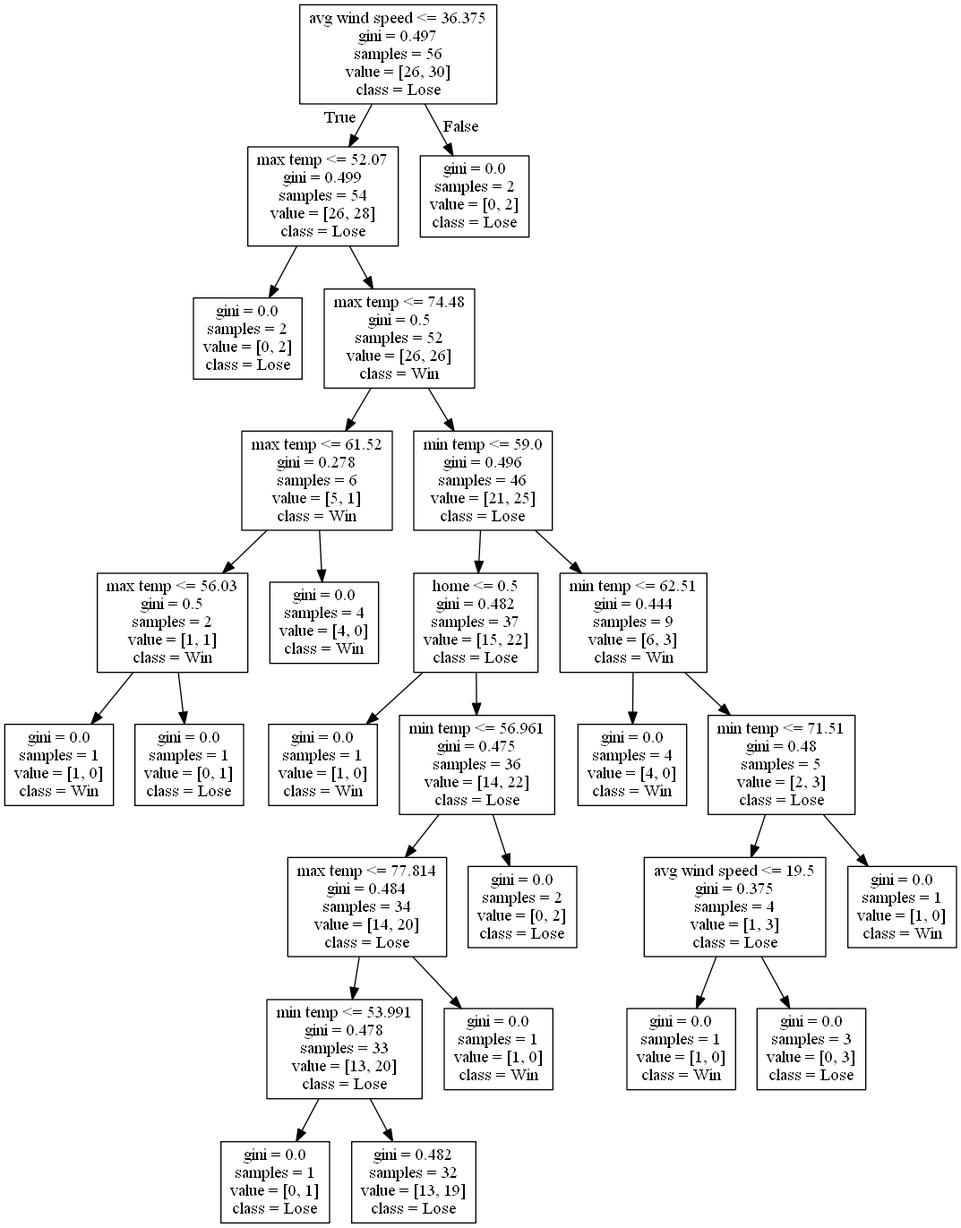
alexana-steck/CSE482Project keeps this Graphviz diagram as DecisionTrees/decision_tree_no_score_or_attendance16.png. Above is the earlier version. Its source is kept beside it as DecisionTrees/decision_tree_no_score_or_attendance16.dot. Its diagram source:
```dot
digraph Tree {
node [shape=box] ;
0 [label="avg wind speed <= 36.375\ngini = 0.497\nsamples = 56\nvalue = [26, 30]\nclass = Lose"] ;
1 [label="max temp <= 52.07\ngini = 0.499\nsamples = 54\nvalue = [26, 28]\nclass = Lose"] ;
0 -> 1 [labeldistance=2.5, labelangle=45, headlabel="True"] ;
2 [label="gini = 0.0\nsamples = 2\nvalue = [0, 2]\nclass = Lose"] ;
1 -> 2 ;
3 [label="max temp <= 74.48\ngini = 0.5\nsamples = 52\nvalue = [26, 26]\nclass = Win"] ;
1 -> 3 ;
4 [label="max temp <= 61.52\ngini = 0.278\nsamples = 6\nvalue = [5, 1]\nclass = Win"] ;
3 -> 4 ;
5 [label="max temp <= 56.03\ngini = 0.5\nsamples = 2\nvalue = [1, 1]\nclass = Win"] ;
4 -> 5 ;
6 [label="gini = 0.0\nsamples = 1\nvalue = [1, 0]\nclass = Win"] ;
5 -> 6 ;
7 [label="gini = 0.0\nsamples = 1\nvalue = [0, 1]\nclass = Lose"] ;
5 -> 7 ;
8 [label="gini = 0.0\nsamples = 4\nvalue = [4, 0]\nclass = Win"] ;
4 -> 8 ;
9 [label="min temp <= 59.0\ngini = 0.496\nsamples = 46\nvalue = [21, 25]\nclass = Lose"] ;
3 -> 9 ;
10 [label="home <= 0.5\ngini = 0.482\nsamples = 37\nvalue = [15, 22]\nclass = Lose"] ;
9 -> 10 ;
11 [label="gini = 0.0\nsamples = 1\nvalue = [1, 0]\nclass = Win"] ;
10 -> 11 ;
12 [label="min temp <= 56.961\ngini = 0.475\nsamples = 36\nvalue = [14, 22]\nclass = Lose"] ;
10 -> 12 ;
13 [label="max temp <= 77.814\ngini = 0.484\nsamples = 34\nvalue = [14, 20]\nclass = Lose"] ;
12 -> 13 ;
14 [label="min temp <= 53.991\ngini = 0.478\nsamples = 33\nvalue = [13, 20]\nclass = Lose"] ;
13 -> 14 ;
15 [label="gini = 0.0\nsamples = 1\nvalue = [0, 1]\nclass = Lose"] ;
14 -> 15 ;
16 [label="gini = 0.482\nsamples = 32\nvalue = [13, 19]\nclass = Lose"] ;
14 -> 16 ;
17 [label="gini = 0.0\nsamples = 1\nvalue = [1, 0]\nclass = Win"] ;
13 -> 17 ;
18 [label="gini = 0.0\nsamples = 2\nvalue = [0, 2]\nclass = Lose"] ;
12 -> 18 ;
19 [label="min temp <= 62.51\ngini = 0.444\nsamples = 9\nvalue = [6, 3]\nclass = Win"] ;
9 -> 19 ;
20 [label="gini = 0.0\nsamples = 4\nvalue = [4, 0]\nclass = Win"] ;
19 -> 20 ;
21 [label="min temp <= 71.51\ngini = 0.48\nsamples = 5\nvalue = [2, 3]\nclass = Lose"] ;
19 -> 21 ;
22 [label="avg wind speed <= 19.5\ngini = 0.375\nsamples = 4\nvalue = [1, 3]\nclass = Lose"] ;
21 -> 22 ;
23 [label="gini = 0.0\nsamples = 1\nvalue = [1, 0]\nclass = Win"] ;
22 -> 23 ;
24 [label="gini = 0.0\nsamples = 3\nvalue = [0, 3]\nclass = Lose"] ;
22 -> 24 ;
25 [label="gini = 0.0\nsamples = 1\nvalue = [1, 0]\nclass = Win"] ;
21 -> 25 ;
26 [label="gini = 0.0\nsamples = 2\nvalue = [0, 2]\nclass = Lose"] ;
0 -> 26 [labeldistance=2.5, labelangle=-45, headlabel="False"] ;
}
```
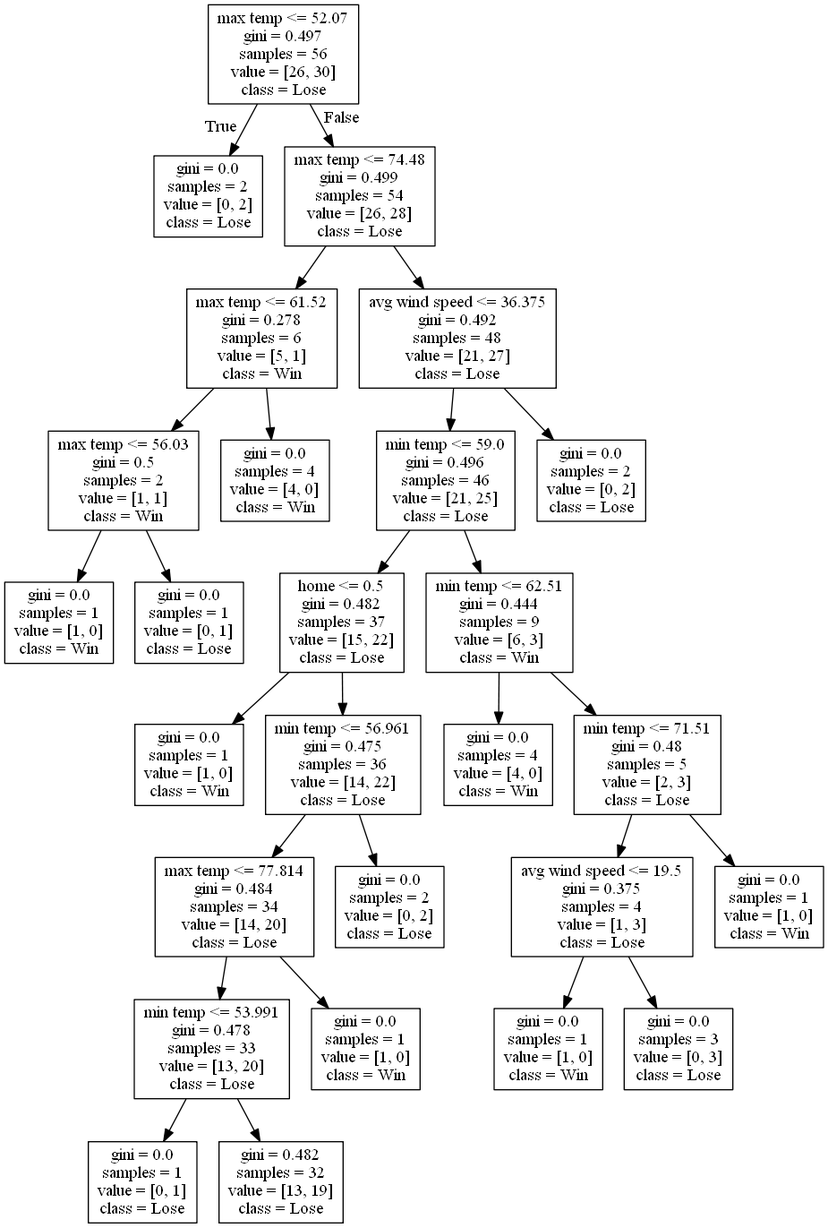
Above is the later version.

Change to the diagram source:
```diff
@@ -1,24 +1,24 @@
 digraph Tree {
 node [shape=box] ;
-0 [label="avg wind speed <= 36.375\ngini = 0.497\nsamples = 56\nvalue = [26, 30]\nclass = Lose"] ;
-1 [label="max temp <= 52.07\ngini = 0.499\nsamples = 54\nvalue = [26, 28]\nclass = Lose"] ;
+0 [label="max temp <= 52.07\ngini = 0.497\nsamples = 56\nvalue = [26, 30]\nclass = Lose"] ;
+1 [label="gini = 0.0\nsamples = 2\nvalue = [0, 2]\nclass = Lose"] ;
 0 -> 1 [labeldistance=2.5, labelangle=45, headlabel="True"] ;
-2 [label="gini = 0.0\nsamples = 2\nvalue = [0, 2]\nclass = Lose"] ;
-1 -> 2 ;
-3 [label="max temp <= 74.48\ngini = 0.5\nsamples = 52\nvalue = [26, 26]\nclass = Win"] ;
-1 -> 3 ;
-4 [label="max temp <= 61.52\ngini = 0.278\nsamples = 6\nvalue = [5, 1]\nclass = Win"] ;
+2 [label="max temp <= 74.48\ngini = 0.499\nsamples = 54\nvalue = [26, 28]\nclass = Lose"] ;
+0 -> 2 [labeldistance=2.5, labelangle=-45, headlabel="False"] ;
+3 [label="max temp <= 61.52\ngini = 0.278\nsamples = 6\nvalue = [5, 1]\nclass = Win"] ;
+2 -> 3 ;
+4 [label="max temp <= 56.03\ngini = 0.5\nsamples = 2\nvalue = [1, 1]\nclass = Win"] ;
 3 -> 4 ;
-5 [label="max temp <= 56.03\ngini = 0.5\nsamples = 2\nvalue = [1, 1]\nclass = Win"] ;
+5 [label="gini = 0.0\nsamples = 1\nvalue = [1, 0]\nclass = Win"] ;
 4 -> 5 ;
-6 [label="gini = 0.0\nsamples = 1\nvalue = [1, 0]\nclass = Win"] ;
-5 -> 6 ;
-7 [label="gini = 0.0\nsamples = 1\nvalue = [0, 1]\nclass = Lose"] ;
-5 -> 7 ;
-8 [label="gini = 0.0\nsamples = 4\nvalue = [4, 0]\nclass = Win"] ;
-4 -> 8 ;
+6 [label="gini = 0.0\nsamples = 1\nvalue = [0, 1]\nclass = Lose"] ;
+4 -> 6 ;
+7 [label="gini = 0.0\nsamples = 4\nvalue = [4, 0]\nclass = Win"] ;
+3 -> 7 ;
+8 [label="avg wind speed <= 36.375\ngini = 0.492\nsamples = 48\nvalue = [21, 27]\nclass = Lose"] ;
+2 -> 8 ;
 9 [label="min temp <= 59.0\ngini = 0.496\nsamples = 46\nvalue = [21, 25]\nclass = Lose"] ;
-3 -> 9 ;
+8 -> 9 ;
 10 [label="home <= 0.5\ngini = 0.482\nsamples = 37\nvalue = [15, 22]\nclass = Lose"] ;
 9 -> 10 ;
 11 [label="gini = 0.0\nsamples = 1\nvalue = [1, 0]\nclass = Win"] ;
@@ -52,5 +52,5 @@
 25 [label="gini = 0.0\nsamples = 1\nvalue = [1, 0]\nclass = Win"] ;
 21 -> 25 ;
 26 [label="gini = 0.0\nsamples = 2\nvalue = [0, 2]\nclass = Lose"] ;
-0 -> 26 [labeldistance=2.5, labelangle=-45, headlabel="False"] ;
+8 -> 26 ;
 }
```
